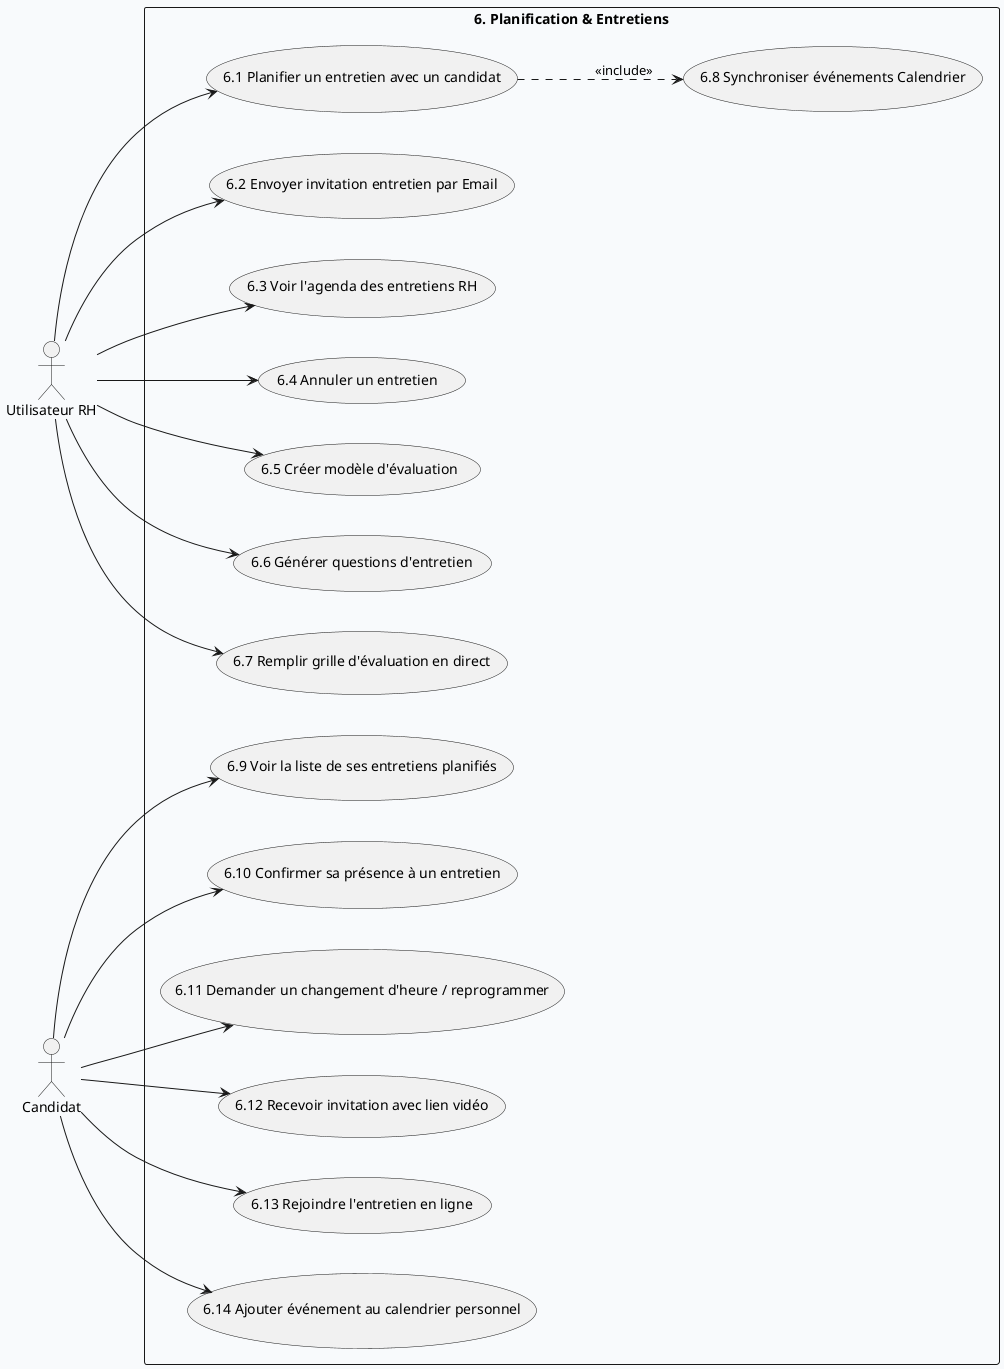
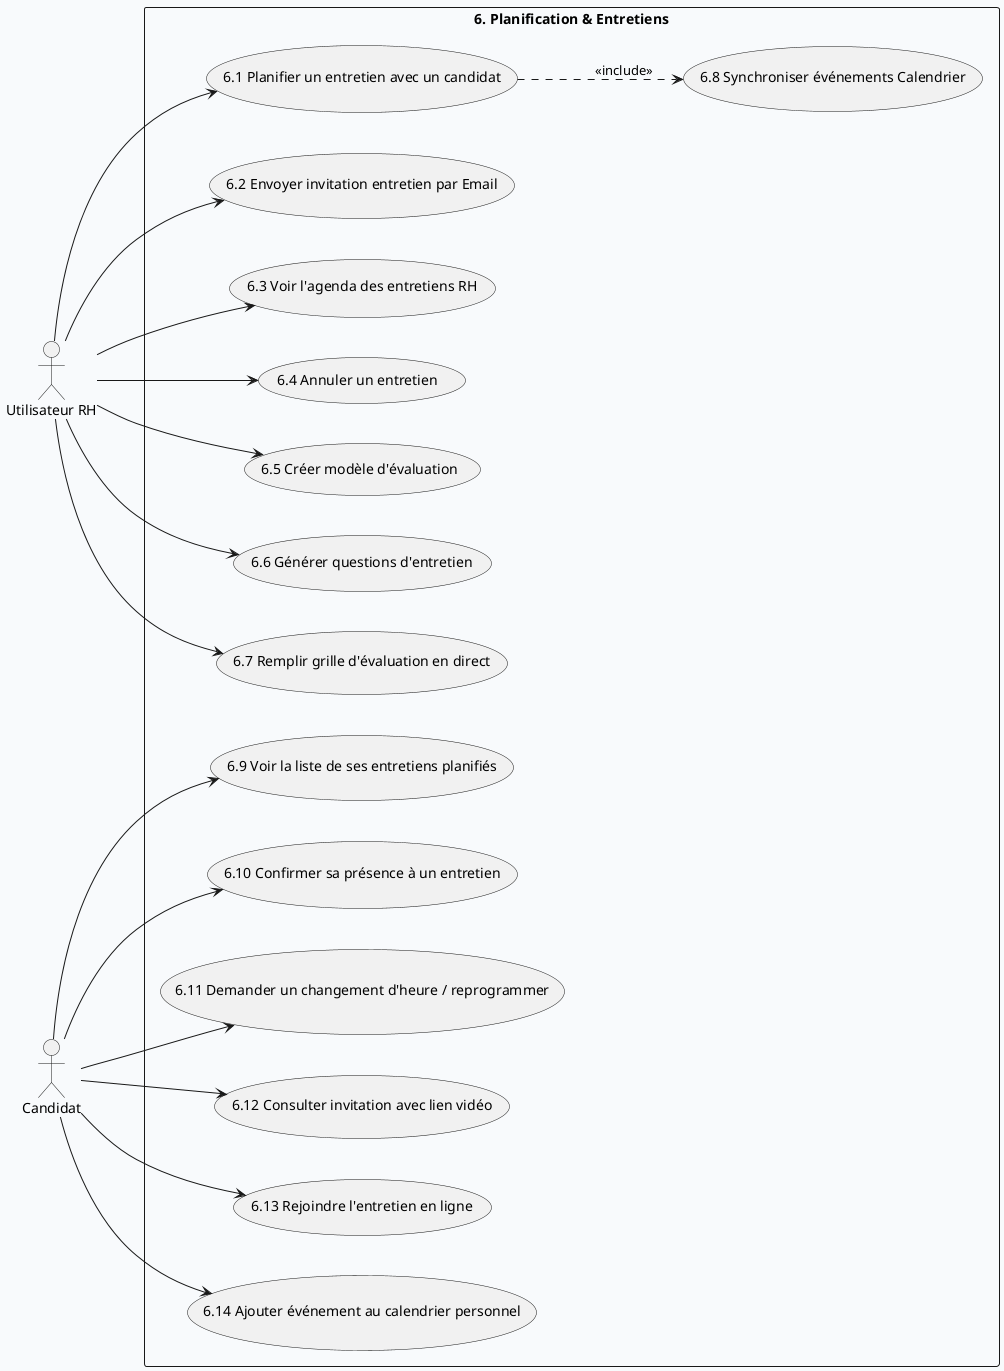
@startuml Module_6_Entretiens
skinparam backgroundColor #F8FAFC
skinparam defaultFontName Arial
skinparam nodesep 40
skinparam ranksep 60
left to right direction

actor "Utilisateur RH" as URH
actor "Candidat" as C

rectangle "6. Planification & Entretiens" {
  usecase "6.1 Planifier un entretien avec un candidat" as UC6_1
  usecase "6.2 Envoyer invitation entretien par Email" as UC6_2
  usecase "6.3 Voir l'agenda des entretiens RH" as UC6_3
  usecase "6.4 Annuler un entretien " as UC6_4
  usecase "6.5 Créer modèle d'évaluation" as UC6_5
  usecase "6.6 Générer questions d'entretien" as UC6_6
  usecase "6.7 Remplir grille d'évaluation en direct" as UC6_7
  usecase "6.8 Synchroniser événements Calendrier" as UC6_8

  usecase "6.9 Voir la liste de ses entretiens planifiés" as UC6_9
  usecase "6.10 Confirmer sa présence à un entretien" as UC6_10
  usecase "6.11 Demander un changement d'heure / reprogrammer" as UC6_11
-   usecase "6.12 Recevoir invitation avec lien vidéo" as UC6_12
+   usecase "6.12 Consulter invitation avec lien vidéo" as UC6_12
  usecase "6.13 Rejoindre l'entretien en ligne" as UC6_13
  usecase "6.14 Ajouter événement au calendrier personnel" as UC6_14
}

URH --> UC6_1
URH --> UC6_2
URH --> UC6_3
URH --> UC6_4
URH --> UC6_5
URH --> UC6_6
URH --> UC6_7

C --> UC6_9
C --> UC6_10
C --> UC6_11
C --> UC6_12
C --> UC6_13
C --> UC6_14

UC6_1 ..> UC6_8 : <<include>>
@enduml